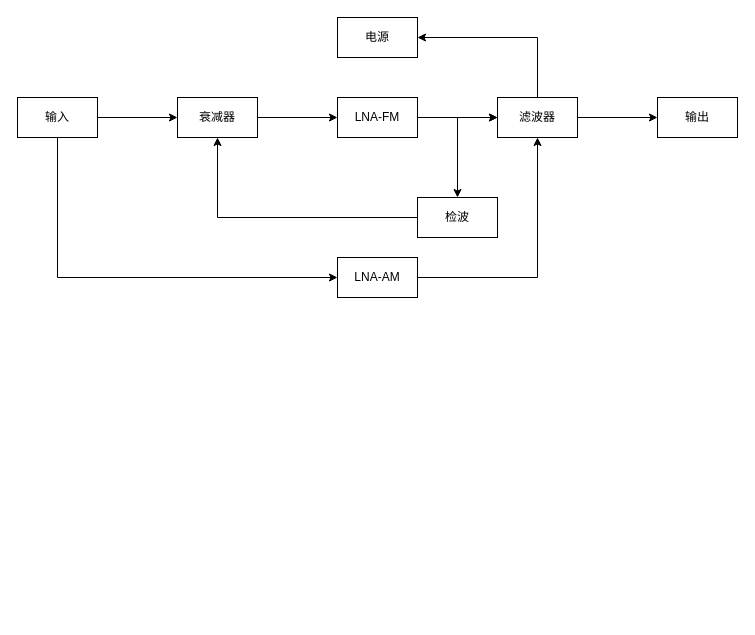
The draw.io diagram 未命名绘图.drawio in bingxueqingzhi/DrawIO, before the edit. Source tidied: cells renumbered, new cells numbered last; positions are measured from the earlier drawing's top-left corner, leaving out a move shared by most shapes. Both pictures are drawn from the tidied source at 100%, with x=0, y=0 at pixel (17, 17).
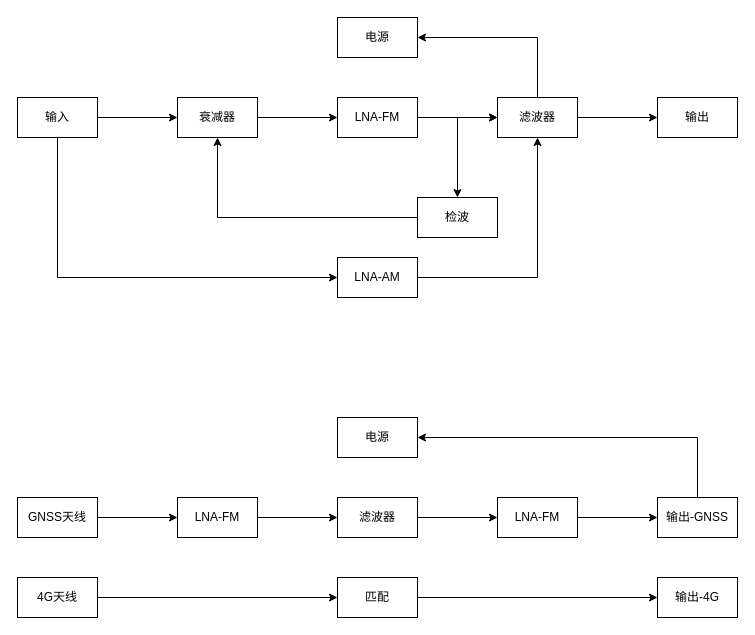
The same diagram, later.

Commit message (it also covers changes not shown here):
更新未命名绘图.drawio

The edit, as a diff of the source:
```diff
@@
+    <mxCell id="19" style="edgeStyle=orthogonalEdgeStyle;rounded=0;jettySize=auto;html=1;" parent="1" edge="1" source="20" target="22">
+      <mxGeometry relative="1" as="geometry" />
+    </mxCell>
+    <mxCell id="20" value="GNSS天线" style="rounded=0;whiteSpace=wrap;html=1;" parent="1" vertex="1">
+      <mxGeometry y="480" width="80" height="40" as="geometry" />
+    </mxCell>
+    <mxCell id="21" style="edgeStyle=orthogonalEdgeStyle;rounded=0;jettySize=auto;html=1;" parent="1" edge="1" source="22" target="24">
+      <mxGeometry relative="1" as="geometry" />
+    </mxCell>
+    <mxCell id="22" value="LNA-FM" style="rounded=0;whiteSpace=wrap;html=1;" parent="1" vertex="1">
+      <mxGeometry x="160" y="480" width="80" height="40" as="geometry" />
+    </mxCell>
+    <mxCell id="23" style="edgeStyle=orthogonalEdgeStyle;rounded=0;jettySize=auto;html=1;" parent="1" edge="1" source="24" target="26">
+      <mxGeometry relative="1" as="geometry" />
+    </mxCell>
+    <mxCell id="24" value="滤波器" style="rounded=0;whiteSpace=wrap;html=1;" parent="1" vertex="1">
+      <mxGeometry x="320" y="480" width="80" height="40" as="geometry" />
+    </mxCell>
+    <mxCell id="25" style="edgeStyle=orthogonalEdgeStyle;rounded=0;jettySize=auto;html=1;" parent="1" edge="1" source="26" target="28">
+      <mxGeometry relative="1" as="geometry" />
+    </mxCell>
+    <mxCell id="26" value="LNA-FM" style="rounded=0;whiteSpace=wrap;html=1;" parent="1" vertex="1">
+      <mxGeometry x="480" y="480" width="80" height="40" as="geometry" />
+    </mxCell>
+    <mxCell id="27" style="edgeStyle=orthogonalEdgeStyle;rounded=0;jettySize=auto;html=1;entryX=1;entryY=0.5;entryDx=0;entryDy=0;" parent="1" edge="1" source="28" target="29">
+      <mxGeometry relative="1" as="geometry">
+        <Array as="points">
+          <mxPoint x="680" y="420" />
+        </Array>
+      </mxGeometry>
+    </mxCell>
+    <mxCell id="28" value="输出-GNSS" style="rounded=0;whiteSpace=wrap;html=1;" parent="1" vertex="1">
+      <mxGeometry x="640" y="480" width="80" height="40" as="geometry" />
+    </mxCell>
+    <mxCell id="29" value="电源" style="rounded=0;whiteSpace=wrap;html=1;" parent="1" vertex="1">
+      <mxGeometry x="320" y="400" width="80" height="40" as="geometry" />
+    </mxCell>
+    <mxCell id="30" style="edgeStyle=orthogonalEdgeStyle;rounded=0;jettySize=auto;html=1;entryX=0;entryY=0.5;entryDx=0;entryDy=0;" parent="1" edge="1" source="31" target="34">
+      <mxGeometry relative="1" as="geometry" />
+    </mxCell>
+    <mxCell id="31" value="4G天线" style="rounded=0;whiteSpace=wrap;html=1;" parent="1" vertex="1">
+      <mxGeometry y="560" width="80" height="40" as="geometry" />
+    </mxCell>
+    <mxCell id="32" value="输出-4G" style="rounded=0;whiteSpace=wrap;html=1;" parent="1" vertex="1">
+      <mxGeometry x="640" y="560" width="80" height="40" as="geometry" />
+    </mxCell>
+    <mxCell id="33" style="edgeStyle=orthogonalEdgeStyle;rounded=0;jettySize=auto;html=1;entryX=0;entryY=0.5;entryDx=0;entryDy=0;" parent="1" edge="1" source="34" target="32">
+      <mxGeometry relative="1" as="geometry" />
+    </mxCell>
+    <mxCell id="34" value="匹配" style="rounded=0;whiteSpace=wrap;html=1;" parent="1" vertex="1">
+      <mxGeometry x="320" y="560" width="80" height="40" as="geometry" />
+    </mxCell>
```
